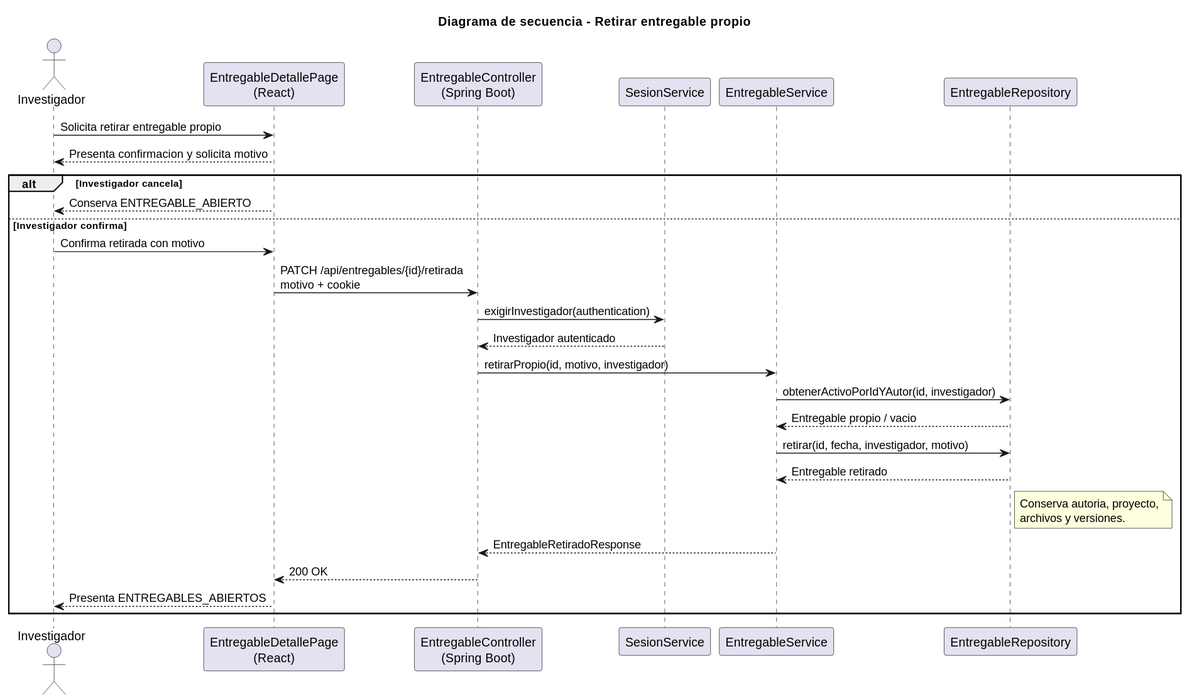
This is images/RUP/02-diseño/casos-uso/investigador/eliminarEntregable/secuencia.svg from beatriizorozco/25-26-idsw2-sdVC, a PlantUML export, as it was before one commit. The source it was exported from:
```plantuml
@startuml
title Diagrama de secuencia - Retirar entregable propio
actor Investigador
participant "EntregableDetallePage\n(React)" as Frontend
participant "EntregableController\n(Spring Boot)" as Api
participant "SesionService" as Sesion
participant "EntregableService" as Service
participant "EntregableRepository" as Repo

Investigador -> Frontend: Solicita retirar entregable propio
Frontend --> Investigador: Presenta confirmacion y solicita motivo
alt Investigador cancela
  Frontend --> Investigador: Conserva ENTREGABLE_ABIERTO
else Investigador confirma
  Investigador -> Frontend: Confirma retirada con motivo
  Frontend -> Api: PATCH /api/entregables/{id}/retirada\nmotivo + cookie
  Api -> Sesion: exigirInvestigador(authentication)
  Sesion --> Api: Investigador autenticado
  Api -> Service: retirarPropio(id, motivo, investigador)
  Service -> Repo: obtenerActivoPorIdYAutor(id, investigador)
  Repo --> Service: Entregable propio / vacio
  Service -> Repo: retirar(id, fecha, investigador, motivo)
  Repo --> Service: Entregable retirado
  note right of Repo
  Conserva autoria, proyecto,
  archivos y versiones.
  end note
  Service --> Api: EntregableRetiradoResponse
  Api --> Frontend: 200 OK
  Frontend --> Investigador: Presenta ENTREGABLES_ABIERTOS
end
@enduml
```
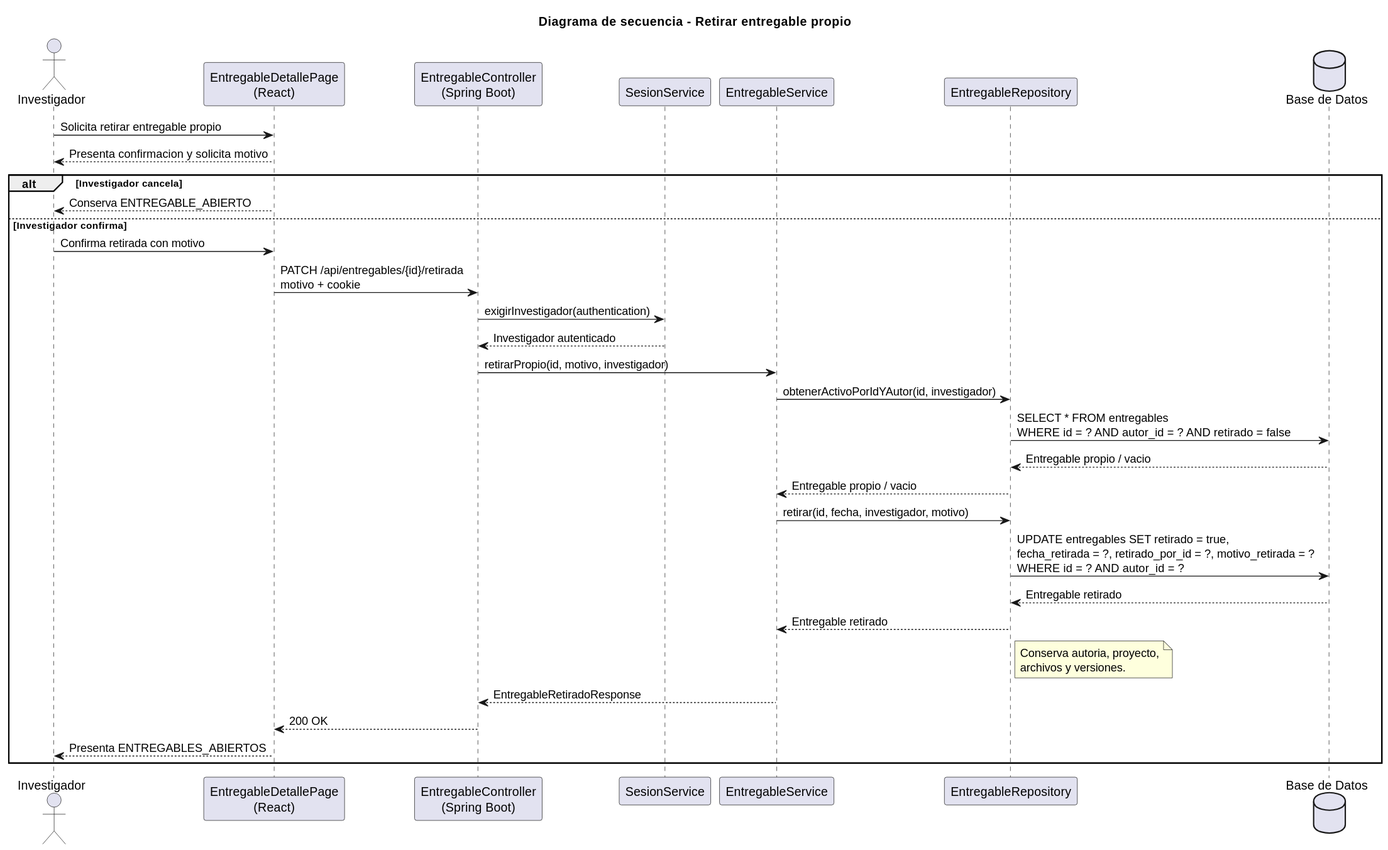
Later version of the same file.

The edit, as a diff of the source:
```diff
@@ -6,6 +6,7 @@
 participant "SesionService" as Sesion
 participant "EntregableService" as Service
 participant "EntregableRepository" as Repo
+database "Base de Datos" as DB
 
 Investigador -> Frontend: Solicita retirar entregable propio
 Frontend --> Investigador: Presenta confirmacion y solicita motivo
@@ -18,8 +19,12 @@
   Sesion --> Api: Investigador autenticado
   Api -> Service: retirarPropio(id, motivo, investigador)
   Service -> Repo: obtenerActivoPorIdYAutor(id, investigador)
+  Repo -> DB: SELECT * FROM entregables\nWHERE id = ? AND autor_id = ? AND retirado = false
+  DB --> Repo: Entregable propio / vacio
   Repo --> Service: Entregable propio / vacio
   Service -> Repo: retirar(id, fecha, investigador, motivo)
+  Repo -> DB: UPDATE entregables SET retirado = true,\nfecha_retirada = ?, retirado_por_id = ?, motivo_retirada = ?\nWHERE id = ? AND autor_id = ?
+  DB --> Repo: Entregable retirado
   Repo --> Service: Entregable retirado
   note right of Repo
   Conserva autoria, proyecto,
```
